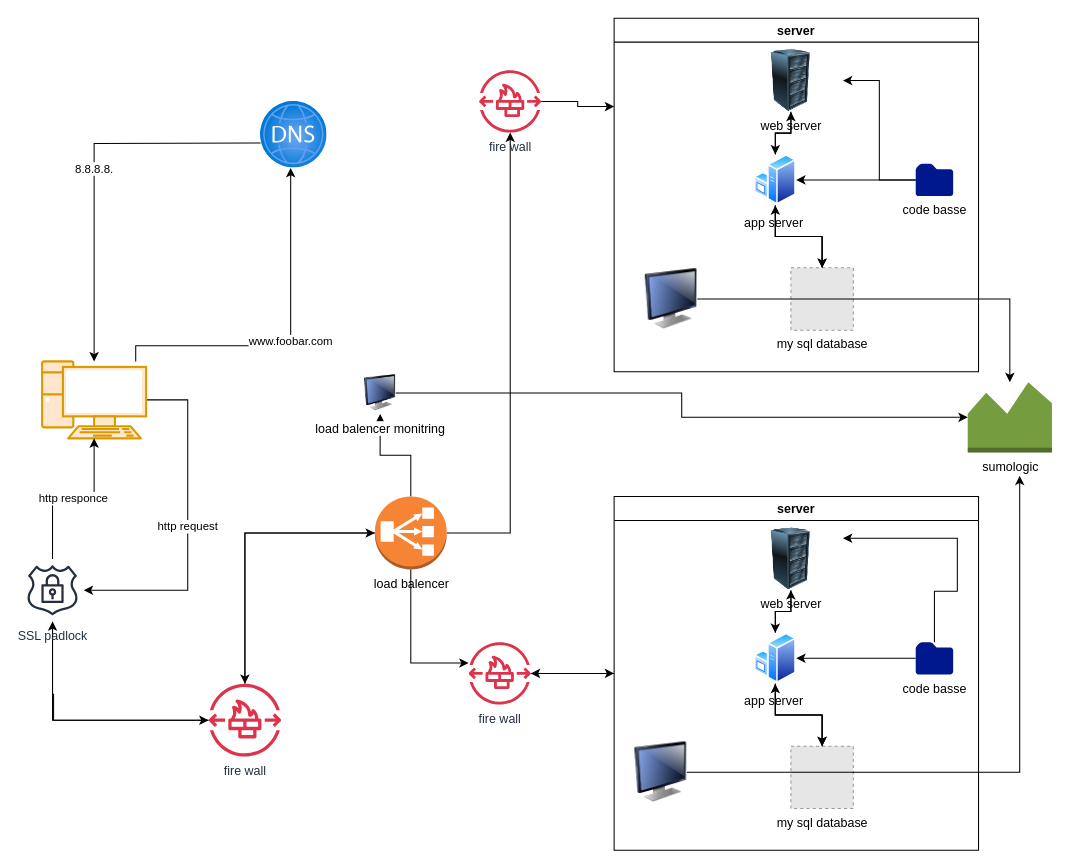
The draw.io diagram 0x09-web_infrastructure_design/Untitled Diagram.drawio in mahmoudnabil133/alx-system_engineering-devops, before the edit. Source tidied: cells renumbered, new cells numbered last; positions are measured from the earlier drawing's top-left corner, leaving out a move shared by most shapes. Both pictures are drawn from the tidied source at 104%, with x=0, y=0 at pixel (21, 18). Pictures stored in the file or linked from it are replaced by grey dashed boxes.
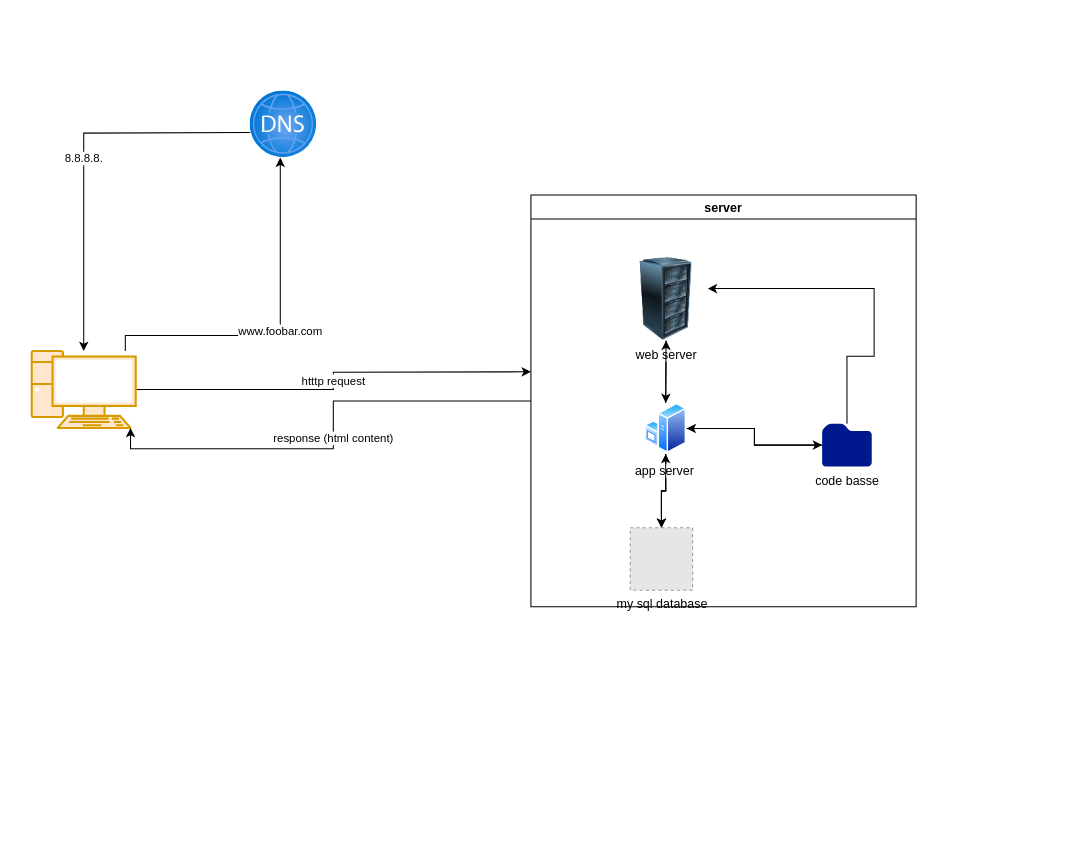
The same diagram, later.

Diff of the diagram source:
```diff
@@
-    <mxCell id="2" value="http request" style="edgeStyle=orthogonalEdgeStyle;rounded=0;jettySize=auto;html=1;" parent="1" edge="1" source="3" target="50">
-      <mxGeometry relative="1" as="geometry">
-        <Array as="points">
-          <mxPoint x="160" y="367" />
-          <mxPoint x="160" y="550" />
-        </Array>
-      </mxGeometry>
-    </mxCell>
-    <mxCell id="3" style="verticalAlign=top;verticalLabelPosition=bottom;labelPosition=center;align=center;html=1;outlineConnect=0;fillColor=#ffe6cc;strokeColor=#d79b00;gradientDirection=north;strokeWidth=2;shape=mxgraph.networks.pc;" parent="1" vertex="1">
-      <mxGeometry x="20" y="330" width="100" height="74" as="geometry" />
-    </mxCell>
+    <mxCell id="54" value="htttp request" style="edgeStyle=orthogonalEdgeStyle;rounded=0;jettySize=auto;html=1;" parent="1" edge="1" source="55">
+      <mxGeometry relative="1" as="geometry">
+        <mxPoint x="490" y="340" as="targetPoint" />
+      </mxGeometry>
+    </mxCell>
+    <mxCell id="55" style="verticalAlign=top;verticalLabelPosition=bottom;labelPosition=center;align=center;html=1;outlineConnect=0;fillColor=#ffe6cc;strokeColor=#d79b00;gradientDirection=north;strokeWidth=2;shape=mxgraph.networks.pc;" parent="1" vertex="1">
+      <mxGeometry x="10" y="320" width="100" height="74" as="geometry" />
+    </mxCell>
-    <mxCell id="4" value="8.8.8.8." style="edgeStyle=orthogonalEdgeStyle;rounded=0;jettySize=auto;html=1;" parent="1" edge="1" target="3">
+    <mxCell id="4" value="8.8.8.8." style="edgeStyle=orthogonalEdgeStyle;rounded=0;jettySize=auto;html=1;" parent="1" edge="1" target="55">
       <mxGeometry relative="1" as="geometry">
-        <mxPoint x="230" y="120" as="sourcePoint" />
+        <mxPoint x="220" y="110" as="sourcePoint" />
       </mxGeometry>
     </mxCell>
-    <mxCell id="5" style="image;html=1;points=[];align=center;fontSize=12;image=img/lib/azure2/networking/DNS_Zones.svg;" parent="1" vertex="1">
-      <mxGeometry x="230" y="80" width="64" height="64" as="geometry" />
-    </mxCell>
+    <mxCell id="56" style="image;html=1;points=[];align=center;fontSize=12;image=img/lib/azure2/networking/DNS_Zones.svg;" parent="1" vertex="1">
+      <mxGeometry x="220" y="70" width="64" height="64" as="geometry" />
+    </mxCell>
-    <mxCell id="6" value="www.foobar.com" style="edgeStyle=orthogonalEdgeStyle;rounded=0;jettySize=auto;html=1;exitX=0.5;exitY=0.07;exitDx=0;exitDy=0;exitPerimeter=0;" parent="1" edge="1" target="5">
+    <mxCell id="6" value="www.foobar.com" style="edgeStyle=orthogonalEdgeStyle;rounded=0;jettySize=auto;html=1;exitX=0.5;exitY=0.07;exitDx=0;exitDy=0;exitPerimeter=0;" parent="1" edge="1" target="56">
       <mxGeometry relative="1" as="geometry">
-        <mxPoint x="110" y="330" as="sourcePoint" />
+        <mxPoint x="100" y="320" as="sourcePoint" />
         <Array as="points">
-          <mxPoint x="110" y="315" />
-          <mxPoint x="259" y="315" />
+          <mxPoint x="100" y="305" />
+          <mxPoint x="249" y="305" />
         </Array>
       </mxGeometry>
     </mxCell>
-    <mxCell id="7" value="server" style="swimlane;startSize=23;" parent="1" vertex="1">
-      <mxGeometry x="570" width="350.4" height="340" as="geometry" />
-    </mxCell>
-    <mxCell id="8" value="app server&amp;nbsp;" style="image;perimeter=ellipsePerimeter;html=1;align=center;shadow=0;dashed=0;spacingTop=3;image=img/lib/active_directory/windows_server.svg;" parent="7" vertex="1">
-      <mxGeometry x="134.9" y="131" width="40.2" height="49" as="geometry" />
-    </mxCell>
-    <mxCell id="9" value="web server" style="image;html=1;image=img/lib/clip_art/computers/Server_Rack_128x128.png;" parent="7" vertex="1">
-      <mxGeometry x="120" y="30" width="100" height="60" as="geometry" />
-    </mxCell>
-    <mxCell id="10" style="edgeStyle=orthogonalEdgeStyle;rounded=0;jettySize=auto;html=1;entryX=0.5;entryY=0;entryDx=0;entryDy=0;" parent="7" edge="1" source="9" target="8">
-      <mxGeometry relative="1" as="geometry" />
-    </mxCell>
-    <mxCell id="11" style="edgeStyle=orthogonalEdgeStyle;rounded=0;jettySize=auto;html=1;" parent="7" edge="1" source="8" target="9">
-      <mxGeometry relative="1" as="geometry" />
-    </mxCell>
-    <mxCell id="12" value="my sql database" style="fillColor=#E6E6E6;strokeColor=#999999;dashed=1;html=1;verticalAlign=top;verticalLabelPosition=bottom;labelBackgroundColor=#ffffff;" parent="7" vertex="1">
-      <mxGeometry x="170" y="240" width="60" height="60" as="geometry" />
-    </mxCell>
-    <mxCell id="13" style="edgeStyle=orthogonalEdgeStyle;rounded=0;jettySize=auto;html=1;" parent="7" edge="1" source="8" target="12">
-      <mxGeometry relative="1" as="geometry" />
-    </mxCell>
-    <mxCell id="14" style="edgeStyle=orthogonalEdgeStyle;rounded=0;jettySize=auto;html=1;" parent="7" edge="1" source="8" target="12">
-      <mxGeometry relative="1" as="geometry" />
-    </mxCell>
-    <mxCell id="15" style="edgeStyle=orthogonalEdgeStyle;rounded=0;jettySize=auto;html=1;entryX=0.5;entryY=1;entryDx=0;entryDy=0;" parent="7" edge="1" source="12" target="8">
-      <mxGeometry relative="1" as="geometry" />
-    </mxCell>
-    <mxCell id="16" style="edgeStyle=orthogonalEdgeStyle;rounded=0;jettySize=auto;html=1;entryX=1;entryY=0.5;entryDx=0;entryDy=0;" parent="7" edge="1" source="17" target="9">
-      <mxGeometry relative="1" as="geometry" />
-    </mxCell>
-    <mxCell id="17" value="code basse" style="sketch=0;shadow=0;dashed=0;html=1;strokeColor=none;labelPosition=center;verticalLabelPosition=bottom;verticalAlign=top;align=center;fillColor=#00188D;shape=mxgraph.mscae.enterprise.folder;" parent="7" vertex="1">
-      <mxGeometry x="290" y="140" width="36" height="31" as="geometry" />
-    </mxCell>
-    <mxCell id="18" style="edgeStyle=orthogonalEdgeStyle;rounded=0;jettySize=auto;html=1;entryX=1;entryY=0.5;entryDx=0;entryDy=0;" parent="7" edge="1" source="17" target="8">
-      <mxGeometry relative="1" as="geometry" />
-    </mxCell>
-    <mxCell id="19" style="image;html=1;image=img/lib/clip_art/computers/Monitor_128x128.png;" parent="7" vertex="1">
-      <mxGeometry x="30" y="235" width="50" height="70" as="geometry" />
-    </mxCell>
-    <mxCell id="20" style="edgeStyle=orthogonalEdgeStyle;rounded=0;jettySize=auto;html=1;" parent="1" edge="1" source="21" target="42">
-      <mxGeometry relative="1" as="geometry" />
-    </mxCell>
-    <mxCell id="21" value="server" style="swimlane;startSize=23;" parent="1" vertex="1">
-      <mxGeometry x="570" y="460" width="350.4" height="340" as="geometry" />
-    </mxCell>
-    <mxCell id="22" value="app server&amp;nbsp;" style="image;perimeter=ellipsePerimeter;html=1;align=center;shadow=0;dashed=0;spacingTop=3;image=img/lib/active_directory/windows_server.svg;" parent="21" vertex="1">
-      <mxGeometry x="134.9" y="131" width="40.2" height="49" as="geometry" />
-    </mxCell>
-    <mxCell id="23" value="web server" style="image;html=1;image=img/lib/clip_art/computers/Server_Rack_128x128.png;" parent="21" vertex="1">
-      <mxGeometry x="120" y="30" width="100" height="60" as="geometry" />
-    </mxCell>
-    <mxCell id="24" style="edgeStyle=orthogonalEdgeStyle;rounded=0;jettySize=auto;html=1;entryX=0.5;entryY=0;entryDx=0;entryDy=0;" parent="21" edge="1" source="23" target="22">
-      <mxGeometry relative="1" as="geometry" />
-    </mxCell>
-    <mxCell id="25" style="edgeStyle=orthogonalEdgeStyle;rounded=0;jettySize=auto;html=1;" parent="21" edge="1" source="22" target="23">
-      <mxGeometry relative="1" as="geometry" />
-    </mxCell>
-    <mxCell id="26" value="my sql database" style="fillColor=#E6E6E6;strokeColor=#999999;dashed=1;html=1;verticalAlign=top;verticalLabelPosition=bottom;labelBackgroundColor=#ffffff;" parent="21" vertex="1">
-      <mxGeometry x="170" y="240" width="60" height="60" as="geometry" />
-    </mxCell>
-    <mxCell id="27" style="edgeStyle=orthogonalEdgeStyle;rounded=0;jettySize=auto;html=1;" parent="21" edge="1" source="22" target="26">
-      <mxGeometry relative="1" as="geometry" />
-    </mxCell>
-    <mxCell id="28" style="edgeStyle=orthogonalEdgeStyle;rounded=0;jettySize=auto;html=1;" parent="21" edge="1" source="22" target="26">
-      <mxGeometry relative="1" as="geometry" />
-    </mxCell>
-    <mxCell id="29" style="edgeStyle=orthogonalEdgeStyle;rounded=0;jettySize=auto;html=1;entryX=0.5;entryY=1;entryDx=0;entryDy=0;" parent="21" edge="1" source="26" target="22">
-      <mxGeometry relative="1" as="geometry" />
-    </mxCell>
-    <mxCell id="30" style="edgeStyle=orthogonalEdgeStyle;rounded=0;jettySize=auto;html=1;entryX=1;entryY=0.5;entryDx=0;entryDy=0;" parent="21" edge="1" source="32" target="22">
-      <mxGeometry relative="1" as="geometry" />
-    </mxCell>
-    <mxCell id="31" style="edgeStyle=orthogonalEdgeStyle;rounded=0;jettySize=auto;html=1;" parent="21" edge="1" source="32" target="23">
-      <mxGeometry relative="1" as="geometry">
-        <Array as="points">
-          <mxPoint x="308" y="91" />
-          <mxPoint x="330" y="91" />
-          <mxPoint x="330" y="40" />
-        </Array>
-      </mxGeometry>
-    </mxCell>
-    <mxCell id="32" value="code basse" style="sketch=0;shadow=0;dashed=0;html=1;strokeColor=none;labelPosition=center;verticalLabelPosition=bottom;verticalAlign=top;align=center;fillColor=#00188D;shape=mxgraph.mscae.enterprise.folder;" parent="21" vertex="1">
-      <mxGeometry x="290" y="140" width="36" height="31" as="geometry" />
-    </mxCell>
-    <mxCell id="33" style="image;html=1;image=img/lib/clip_art/computers/Monitor_128x128.png;" parent="21" vertex="1">
-      <mxGeometry x="20" y="230" width="50" height="70" as="geometry" />
-    </mxCell>
-    <mxCell id="34" style="edgeStyle=orthogonalEdgeStyle;rounded=0;jettySize=auto;html=1;" parent="1" edge="1" source="37" target="39">
-      <mxGeometry relative="1" as="geometry" />
-    </mxCell>
-    <mxCell id="35" style="edgeStyle=orthogonalEdgeStyle;rounded=0;jettySize=auto;html=1;" parent="1" edge="1" source="37" target="48">
-      <mxGeometry relative="1" as="geometry" />
-    </mxCell>
-    <mxCell id="36" style="edgeStyle=orthogonalEdgeStyle;rounded=0;jettySize=auto;html=1;" parent="1" edge="1" source="37" target="53">
-      <mxGeometry relative="1" as="geometry" />
-    </mxCell>
-    <mxCell id="37" value="load balencer&lt;br&gt;" style="outlineConnect=0;dashed=0;verticalLabelPosition=bottom;verticalAlign=top;align=center;html=1;shape=mxgraph.aws3.classic_load_balancer;fillColor=#F58534;gradientColor=none;" parent="1" vertex="1">
-      <mxGeometry x="340" y="460" width="69" height="70" as="geometry" />
-    </mxCell>
-    <mxCell id="38" style="edgeStyle=orthogonalEdgeStyle;rounded=0;jettySize=auto;html=1;entryX=0;entryY=0.25;entryDx=0;entryDy=0;" parent="1" edge="1" source="39" target="7">
-      <mxGeometry relative="1" as="geometry" />
-    </mxCell>
-    <mxCell id="39" value="fire wall" style="sketch=0;outlineConnect=0;fontColor=#232F3E;gradientColor=none;fillColor=#DD344C;strokeColor=none;dashed=0;verticalLabelPosition=bottom;verticalAlign=top;align=center;html=1;fontSize=12;fontStyle=0;shape=mxgraph.aws4.network_firewall_endpoints;" parent="1" vertex="1">
-      <mxGeometry x="440" y="50" width="60" height="60" as="geometry" />
-    </mxCell>
-    <mxCell id="40" style="edgeStyle=orthogonalEdgeStyle;rounded=0;jettySize=auto;html=1;" parent="1" edge="1" source="37" target="42">
-      <mxGeometry relative="1" as="geometry">
-        <Array as="points">
-          <mxPoint x="374" y="620" />
-        </Array>
-      </mxGeometry>
-    </mxCell>
-    <mxCell id="41" style="edgeStyle=orthogonalEdgeStyle;rounded=0;jettySize=auto;html=1;entryX=0;entryY=0.5;entryDx=0;entryDy=0;" parent="1" edge="1" source="42" target="21">
-      <mxGeometry relative="1" as="geometry" />
-    </mxCell>
-    <mxCell id="42" value="fire wall" style="sketch=0;outlineConnect=0;fontColor=#232F3E;gradientColor=none;fillColor=#DD344C;strokeColor=none;dashed=0;verticalLabelPosition=bottom;verticalAlign=top;align=center;html=1;fontSize=12;fontStyle=0;shape=mxgraph.aws4.network_firewall_endpoints;" parent="1" vertex="1">
-      <mxGeometry x="430" y="600" width="60" height="60" as="geometry" />
-    </mxCell>
-    <mxCell id="43" value="sumologic&lt;br&gt;" style="outlineConnect=0;dashed=0;verticalLabelPosition=bottom;verticalAlign=top;align=center;html=1;shape=mxgraph.aws3.monitoring;fillColor=#759C3E;gradientColor=none;" parent="1" vertex="1">
-      <mxGeometry x="910" y="350" width="81" height="67.5" as="geometry" />
-    </mxCell>
-    <mxCell id="44" style="edgeStyle=orthogonalEdgeStyle;rounded=0;jettySize=auto;html=1;" parent="1" edge="1" source="19" target="43">
-      <mxGeometry relative="1" as="geometry" />
-    </mxCell>
-    <mxCell id="45" style="edgeStyle=orthogonalEdgeStyle;rounded=0;jettySize=auto;html=1;entryX=0.617;entryY=1.333;entryDx=0;entryDy=0;entryPerimeter=0;" parent="1" edge="1" source="33" target="43">
-      <mxGeometry relative="1" as="geometry" />
-    </mxCell>
-    <mxCell id="46" style="edgeStyle=orthogonalEdgeStyle;rounded=0;jettySize=auto;html=1;entryX=0;entryY=0.5;entryDx=0;entryDy=0;entryPerimeter=0;" parent="1" edge="1" source="48" target="37">
-      <mxGeometry relative="1" as="geometry">
-        <Array as="points">
-          <mxPoint x="215" y="495" />
-        </Array>
-      </mxGeometry>
-    </mxCell>
-    <mxCell id="47" style="edgeStyle=orthogonalEdgeStyle;rounded=0;jettySize=auto;html=1;" parent="1" edge="1" source="48" target="50">
-      <mxGeometry relative="1" as="geometry" />
-    </mxCell>
-    <mxCell id="48" value="fire wall" style="sketch=0;outlineConnect=0;fontColor=#232F3E;gradientColor=none;fillColor=#DD344C;strokeColor=none;dashed=0;verticalLabelPosition=bottom;verticalAlign=top;align=center;html=1;fontSize=12;fontStyle=0;shape=mxgraph.aws4.network_firewall_endpoints;" parent="1" vertex="1">
-      <mxGeometry x="180" y="640" width="70" height="70" as="geometry" />
-    </mxCell>
-    <mxCell id="49" style="edgeStyle=orthogonalEdgeStyle;rounded=0;jettySize=auto;html=1;" parent="1" edge="1" source="50" target="48">
-      <mxGeometry relative="1" as="geometry">
-        <Array as="points">
-          <mxPoint x="30" y="650" />
-          <mxPoint x="31" y="675" />
-        </Array>
-      </mxGeometry>
-    </mxCell>
-    <mxCell id="50" value="SSL padlock" style="sketch=0;outlineConnect=0;fontColor=#232F3E;gradientColor=none;strokeColor=#232F3E;fillColor=#ffffff;dashed=0;verticalLabelPosition=bottom;verticalAlign=top;align=center;html=1;fontSize=12;fontStyle=0;shape=mxgraph.aws4.resourceIcon;resIcon=mxgraph.aws4.ssl_padlock;" parent="1" vertex="1">
-      <mxGeometry y="520" width="60" height="60" as="geometry" />
-    </mxCell>
-    <mxCell id="51" value="http responce" style="edgeStyle=orthogonalEdgeStyle;rounded=0;jettySize=auto;html=1;entryX=0.5;entryY=1;entryDx=0;entryDy=0;entryPerimeter=0;" parent="1" edge="1" source="50" target="3">
-      <mxGeometry relative="1" as="geometry" />
-    </mxCell>
-    <mxCell id="52" style="edgeStyle=orthogonalEdgeStyle;rounded=0;jettySize=auto;html=1;" parent="1" edge="1" source="53" target="43">
-      <mxGeometry relative="1" as="geometry" />
-    </mxCell>
-    <mxCell id="53" value="load balencer monitring&lt;br&gt;" style="image;html=1;image=img/lib/clip_art/computers/Monitor_128x128.png;" parent="1" vertex="1">
-      <mxGeometry x="330" y="340" width="30" height="40.5" as="geometry" />
-    </mxCell>
+    <mxCell id="57" style="edgeStyle=orthogonalEdgeStyle;rounded=0;jettySize=auto;html=1;entryX=0.5;entryY=0;entryDx=0;entryDy=0;" parent="1" edge="1" source="58" target="63">
+      <mxGeometry relative="1" as="geometry" />
+    </mxCell>
+    <mxCell id="58" value="web server" style="image;html=1;image=img/lib/clip_art/computers/Server_Rack_128x128.png;" parent="1" vertex="1">
+      <mxGeometry x="580" y="230" width="80" height="80" as="geometry" />
+    </mxCell>
+    <mxCell id="59" style="edgeStyle=orthogonalEdgeStyle;rounded=0;jettySize=auto;html=1;" parent="1" edge="1" source="63" target="65">
+      <mxGeometry relative="1" as="geometry" />
+    </mxCell>
+    <mxCell id="60" style="edgeStyle=orthogonalEdgeStyle;rounded=0;jettySize=auto;html=1;" parent="1" edge="1" source="63" target="58">
+      <mxGeometry relative="1" as="geometry" />
+    </mxCell>
+    <mxCell id="61" style="edgeStyle=orthogonalEdgeStyle;rounded=0;jettySize=auto;html=1;" parent="1" edge="1" source="63" target="65">
+      <mxGeometry relative="1" as="geometry" />
+    </mxCell>
+    <mxCell id="62" style="edgeStyle=orthogonalEdgeStyle;rounded=0;jettySize=auto;html=1;" parent="1" edge="1" source="63" target="68">
+      <mxGeometry relative="1" as="geometry" />
+    </mxCell>
+    <mxCell id="63" value="app server&amp;nbsp;" style="image;perimeter=ellipsePerimeter;html=1;align=center;shadow=0;dashed=0;spacingTop=3;image=img/lib/active_directory/windows_server.svg;" parent="1" vertex="1">
+      <mxGeometry x="599.5" y="370" width="40.2" height="49" as="geometry" />
+    </mxCell>
+    <mxCell id="64" style="edgeStyle=orthogonalEdgeStyle;rounded=0;jettySize=auto;html=1;entryX=0.5;entryY=1;entryDx=0;entryDy=0;" parent="1" edge="1" source="65" target="63">
+      <mxGeometry relative="1" as="geometry" />
+    </mxCell>
+    <mxCell id="65" value="my sql database" style="fillColor=#E6E6E6;strokeColor=#999999;dashed=1;html=1;verticalAlign=top;verticalLabelPosition=bottom;labelBackgroundColor=#ffffff;" parent="1" vertex="1">
+      <mxGeometry x="585.5" y="490" width="60" height="60" as="geometry" />
+    </mxCell>
+    <mxCell id="66" style="edgeStyle=orthogonalEdgeStyle;rounded=0;jettySize=auto;html=1;entryX=1;entryY=0.5;entryDx=0;entryDy=0;" parent="1" edge="1" source="68" target="63">
+      <mxGeometry relative="1" as="geometry" />
+    </mxCell>
+    <mxCell id="67" style="edgeStyle=orthogonalEdgeStyle;rounded=0;jettySize=auto;html=1;" parent="1" edge="1" source="68" target="58">
+      <mxGeometry relative="1" as="geometry">
+        <Array as="points">
+          <mxPoint x="794" y="325" />
+          <mxPoint x="820" y="325" />
+          <mxPoint x="820" y="260" />
+        </Array>
+      </mxGeometry>
+    </mxCell>
+    <mxCell id="68" value="code basse" style="sketch=0;shadow=0;dashed=0;html=1;strokeColor=none;labelPosition=center;verticalLabelPosition=bottom;verticalAlign=top;align=center;fillColor=#00188D;shape=mxgraph.mscae.enterprise.folder;" parent="1" vertex="1">
+      <mxGeometry x="770" y="390" width="47.7" height="41" as="geometry" />
+    </mxCell>
+    <mxCell id="69" value="server" style="swimlane;" parent="1" vertex="1">
+      <mxGeometry x="490" y="170" width="370.4" height="396" as="geometry" />
+    </mxCell>
+    <mxCell id="70" value="response (html content)" style="edgeStyle=orthogonalEdgeStyle;rounded=0;jettySize=auto;html=1;entryX=0.95;entryY=1;entryDx=0;entryDy=0;entryPerimeter=0;" parent="1" edge="1" source="69" target="55">
+      <mxGeometry relative="1" as="geometry" />
+    </mxCell>
```
